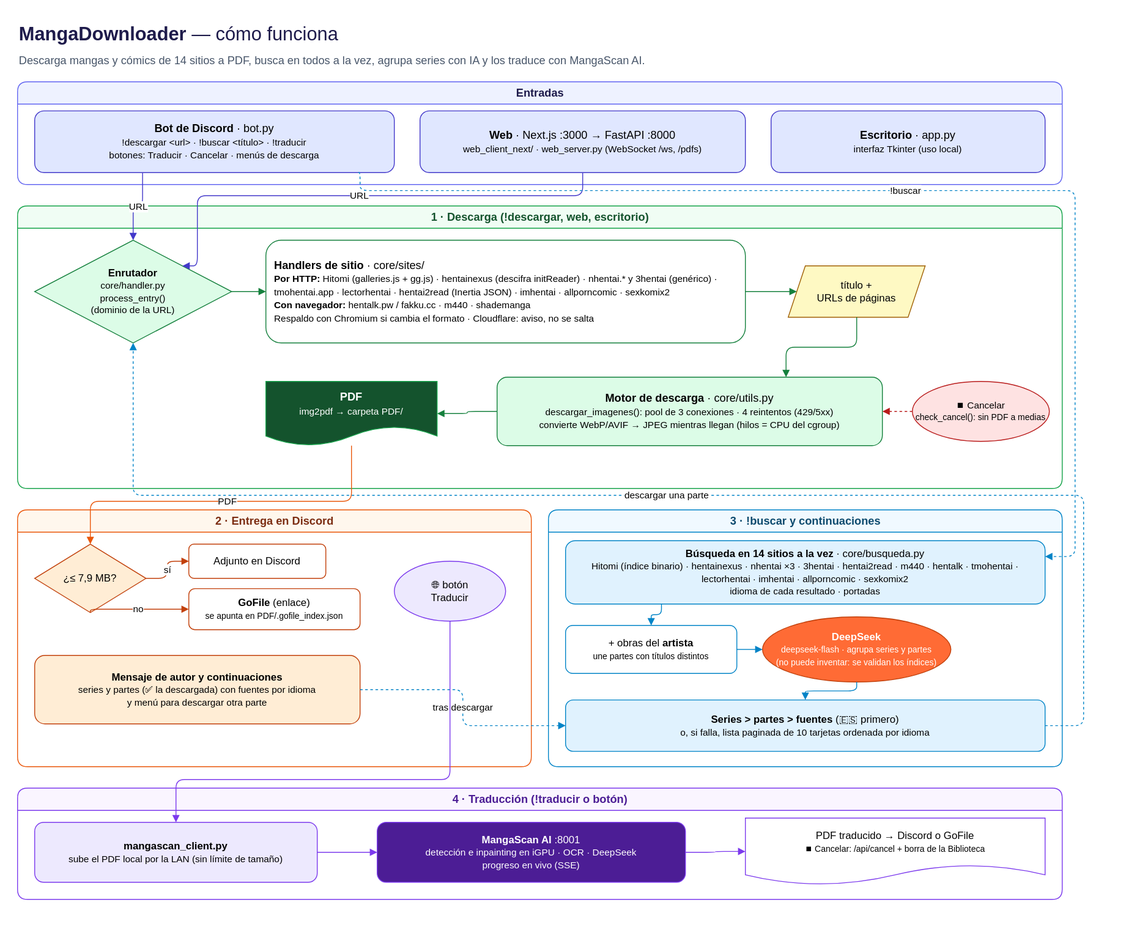
Above: docs/flujo_app.drawio.svg in Holkeano526/MangaDownloader (draw.io), before the change. Source tidied: cells renumbered, new cells last; positions are measured from the earlier drawing's top-left corner, leaving out a move shared by most shapes.
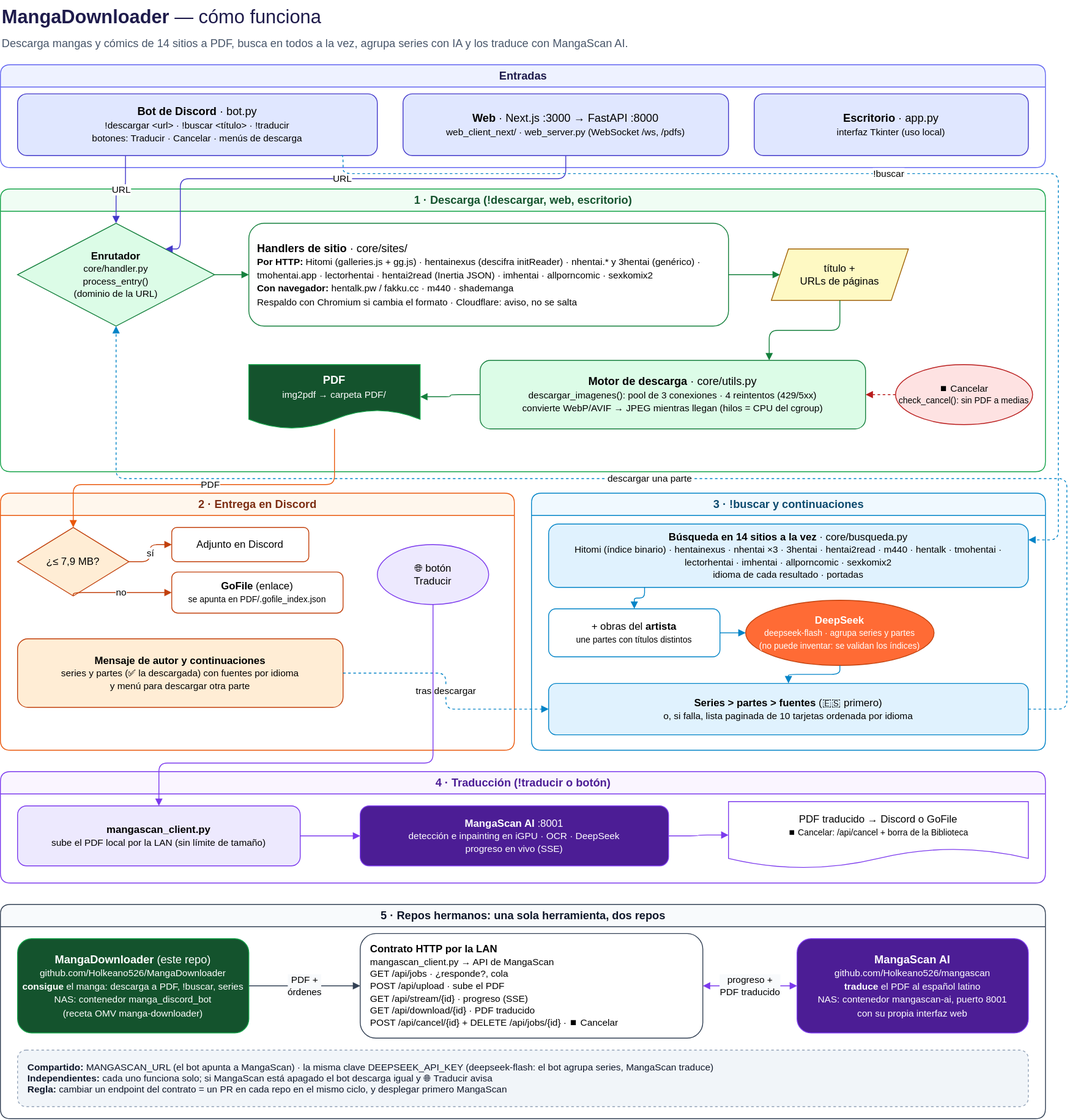
After the commit.

Commit message:
docs: bloque "Repos hermanos" en el diagrama de flujo

Añade al diagrama los dos repos (qué hace cada uno y su contenedor en
el NAS), el contrato HTTP entre ellos (los 6 endpoints que usa
mangascan_client.py), la configuración compartida (MANGASCAN_URL y la
clave de DeepSeek), que son independientes y la regla de cambiar el
contrato en los dos repos a la vez.

Change to the diagram source:
```diff
@@ -174,5 +174,26 @@
         </Array>
       </mxGeometry>
     </mxCell>
+    <mxCell id="49" value="5 · Repos hermanos: una sola herramienta, dos repos" style="swimlane;startSize=26;html=1;fillColor=#f8fafc;strokeColor=#334155;fontColor=#0f172a;fontSize=13;rounded=1;" parent="1" vertex="1">
+      <mxGeometry y="1055" width="1220" height="250" as="geometry" />
+    </mxCell>
+    <mxCell id="50" value="&lt;b&gt;MangaDownloader&lt;/b&gt; (este repo)&lt;br&gt;&lt;font style=&quot;font-size:11px&quot;&gt;github.com/Holkeano526/MangaDownloader&lt;br&gt;&lt;b&gt;consigue&lt;/b&gt; el manga: descarga a PDF, !buscar, series&lt;br&gt;NAS: contenedor manga_discord_bot&lt;br&gt;(receta OMV manga-downloader)&lt;/font&gt;" style="rounded=1;whiteSpace=wrap;html=1;fillColor=#14532d;strokeColor=#16a34a;fontColor=#ffffff;fontSize=13;" parent="49" vertex="1">
+      <mxGeometry x="20" y="40" width="270" height="110" as="geometry" />
+    </mxCell>
+    <mxCell id="51" value="&lt;b&gt;Contrato HTTP por la LAN&lt;/b&gt;&lt;br&gt;&lt;font style=&quot;font-size:11px&quot;&gt;mangascan_client.py → API de MangaScan&lt;br&gt;GET /api/jobs · ¿responde?, cola&lt;br&gt;POST /api/upload · sube el PDF&lt;br&gt;GET /api/stream/{id} · progreso (SSE)&lt;br&gt;GET /api/download/{id} · PDF traducido&lt;br&gt;POST /api/cancel/{id} + DELETE /api/jobs/{id} · ⏹️ Cancelar&lt;/font&gt;" style="rounded=1;whiteSpace=wrap;html=1;fillColor=#ffffff;strokeColor=#334155;fontSize=12;align=left;spacingLeft=10;" parent="49" vertex="1">
+      <mxGeometry x="420" y="34" width="400" height="122" as="geometry" />
+    </mxCell>
+    <mxCell id="52" value="&lt;b&gt;MangaScan AI&lt;/b&gt;&lt;br&gt;&lt;font style=&quot;font-size:11px&quot;&gt;github.com/Holkeano526/mangascan&lt;br&gt;&lt;b&gt;traduce&lt;/b&gt; el PDF al español latino&lt;br&gt;NAS: contenedor mangascan-ai, puerto 8001&lt;br&gt;con su propia interfaz web&lt;/font&gt;" style="rounded=1;whiteSpace=wrap;html=1;fillColor=#4c1d95;strokeColor=#7c3aed;fontColor=#ffffff;fontSize=13;" parent="49" vertex="1">
+      <mxGeometry x="930" y="40" width="270" height="110" as="geometry" />
+    </mxCell>
+    <mxCell id="53" value="PDF +&lt;br&gt;órdenes" style="edgeStyle=orthogonalEdgeStyle;html=1;labelBackgroundColor=#f8fafc;strokeColor=#334155;endArrow=block;fontSize=11;" parent="49" edge="1" source="50" target="51">
+      <mxGeometry relative="1" as="geometry" />
+    </mxCell>
+    <mxCell id="54" value="progreso +&lt;br&gt;PDF traducido" style="edgeStyle=orthogonalEdgeStyle;html=1;labelBackgroundColor=#f8fafc;strokeColor=#7c3aed;endArrow=block;startArrow=block;fontSize=11;" parent="49" edge="1" source="51" target="52">
+      <mxGeometry relative="1" as="geometry" />
+    </mxCell>
+    <mxCell id="55" value="&lt;b&gt;Compartido:&lt;/b&gt; MANGASCAN_URL (el bot apunta a MangaScan) · la misma clave DEEPSEEK_API_KEY (deepseek-flash: el bot agrupa series, MangaScan traduce)&lt;br&gt;&lt;b&gt;Independientes:&lt;/b&gt; cada uno funciona solo; si MangaScan está apagado el bot descarga igual y 🌐 Traducir avisa&lt;br&gt;&lt;b&gt;Regla:&lt;/b&gt; cambiar un endpoint del contrato = un PR en cada repo en el mismo ciclo, y desplegar primero MangaScan" style="rounded=1;whiteSpace=wrap;html=1;fillColor=#f1f5f9;strokeColor=#94a3b8;fontColor=#0f172a;fontSize=11;align=left;spacingLeft=10;dashed=1;" parent="49" vertex="1">
+      <mxGeometry x="20" y="170" width="1180" height="66" as="geometry" />
+    </mxCell>
   </root>
 </mxGraphModel>
```
